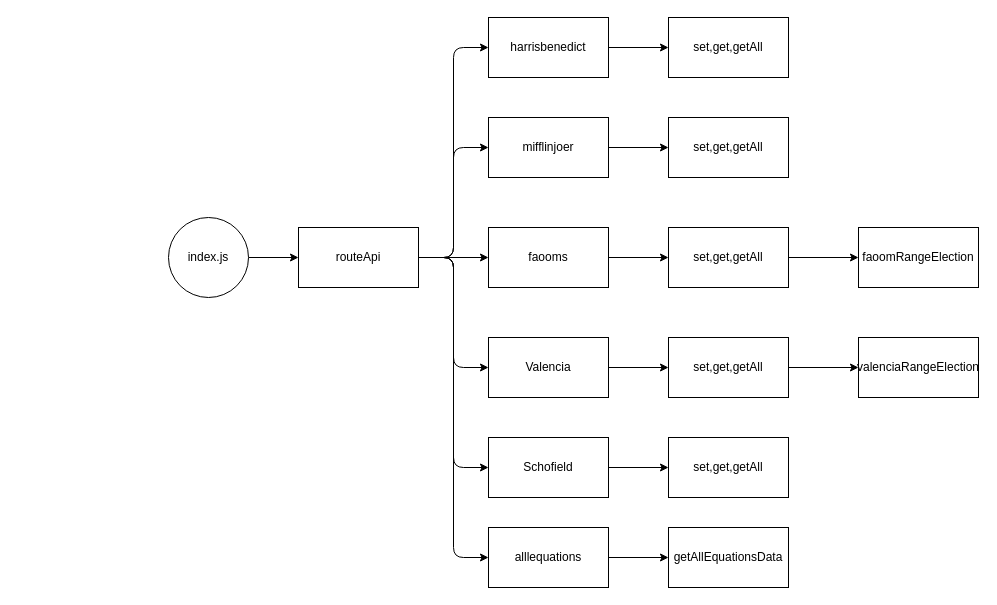
The draw.io diagram apps/intervention/routes.drawio in llanesleonardo/Nodejs, before the edit. Source tidied: cells renumbered, new cells numbered last; positions are measured from the earlier drawing's top-left corner, leaving out a move shared by most shapes. Both pictures are drawn from the tidied source at 100%, with x=0, y=0 at pixel (168, 17).
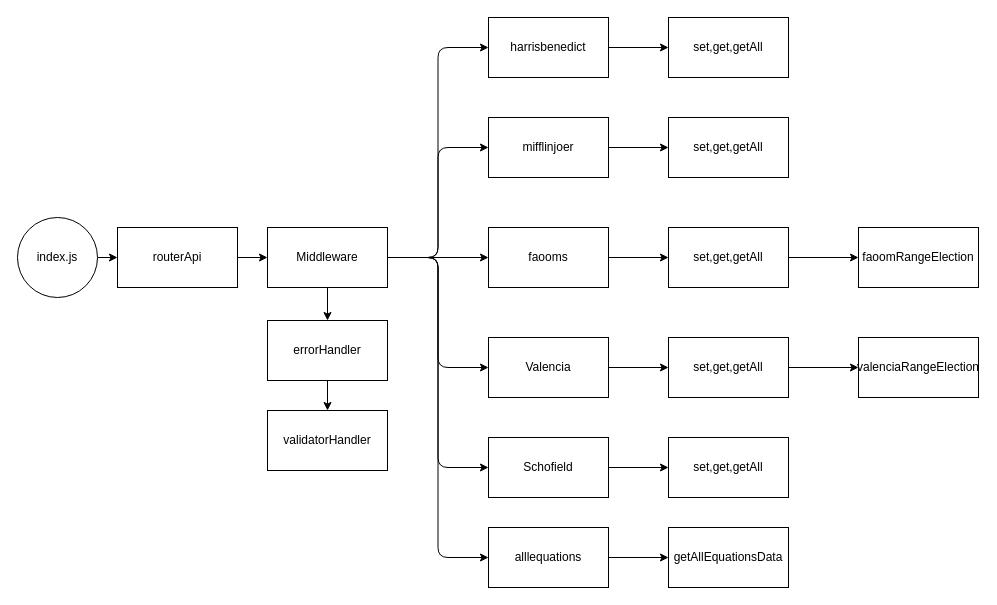
Above is the later version.

Commit message (it also covers changes not shown here):
validator added as a middleware, equations schemas added, equations router updated with route that get last record of an Array

What changed in the source:
```diff
@@
-    <mxCell id="2" style="edgeStyle=none;html=1;exitX=1;exitY=0.5;exitDx=0;exitDy=0;entryX=0;entryY=0.5;entryDx=0;entryDy=0;" parent="1" edge="1" source="3" target="10">
-      <mxGeometry relative="1" as="geometry" />
-    </mxCell>
+    <mxCell id="33" style="edgeStyle=orthogonalEdgeStyle;html=1;entryX=0;entryY=0.5;entryDx=0;entryDy=0;" parent="1" edge="1" source="3" target="39">
+      <mxGeometry relative="1" as="geometry" />
+    </mxCell>
     <mxCell id="3" value="index.js" style="ellipse;whiteSpace=wrap;html=1;" parent="1" vertex="1">
-      <mxGeometry y="200" width="80" height="80" as="geometry" />
+      <mxGeometry x="-151" y="200" width="80" height="80" as="geometry" />
     </mxCell>
@@
+    <mxCell id="34" style="edgeStyle=orthogonalEdgeStyle;html=1;exitX=0.5;exitY=1;exitDx=0;exitDy=0;entryX=0.5;entryY=0;entryDx=0;entryDy=0;" parent="1" edge="1" source="10" target="36">
+      <mxGeometry relative="1" as="geometry" />
+    </mxCell>
-    <mxCell id="10" value="routeApi" style="rounded=0;whiteSpace=wrap;html=1;" parent="1" vertex="1">
-      <mxGeometry x="130" y="210" width="120" height="60" as="geometry" />
+    <mxCell id="10" value="Middleware" style="rounded=0;whiteSpace=wrap;html=1;" parent="1" vertex="1">
+      <mxGeometry x="99" y="210" width="120" height="60" as="geometry" />
     </mxCell>
@@
+    <mxCell id="35" style="edgeStyle=orthogonalEdgeStyle;html=1;exitX=0.5;exitY=1;exitDx=0;exitDy=0;" parent="1" edge="1" source="36" target="37">
+      <mxGeometry relative="1" as="geometry" />
+    </mxCell>
+    <mxCell id="36" value="errorHandler" style="rounded=0;whiteSpace=wrap;html=1;" parent="1" vertex="1">
+      <mxGeometry x="99" y="303" width="120" height="60" as="geometry" />
+    </mxCell>
+    <mxCell id="37" value="validatorHandler" style="rounded=0;whiteSpace=wrap;html=1;" parent="1" vertex="1">
+      <mxGeometry x="99" y="393" width="120" height="60" as="geometry" />
+    </mxCell>
+    <mxCell id="38" style="edgeStyle=orthogonalEdgeStyle;html=1;exitX=1;exitY=0.5;exitDx=0;exitDy=0;entryX=0;entryY=0.5;entryDx=0;entryDy=0;" parent="1" edge="1" source="39" target="10">
+      <mxGeometry relative="1" as="geometry" />
+    </mxCell>
+    <mxCell id="39" value="routerApi" style="rounded=0;whiteSpace=wrap;html=1;" parent="1" vertex="1">
+      <mxGeometry x="-51" y="210" width="120" height="60" as="geometry" />
+    </mxCell>
```
